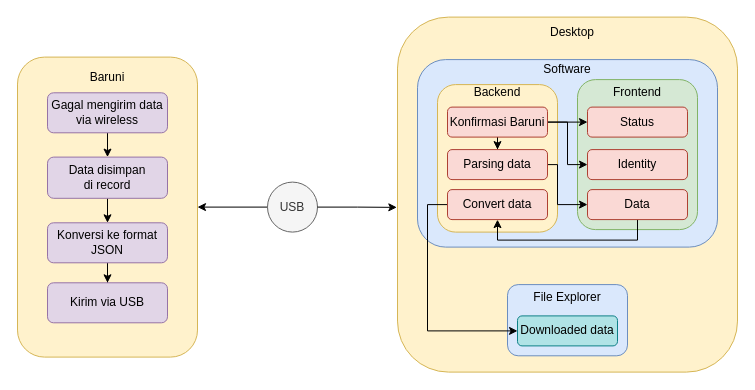
Earlier version of the draw.io diagram .flow/high level diagram.drawio (frostdev03/SerialTo). Source tidied: cells renumbered, new cells numbered last; positions are measured from the earlier drawing's top-left corner, leaving out a move shared by most shapes. Both pictures are drawn from the tidied source at 100%, with x=0, y=0 at pixel (17, 17).
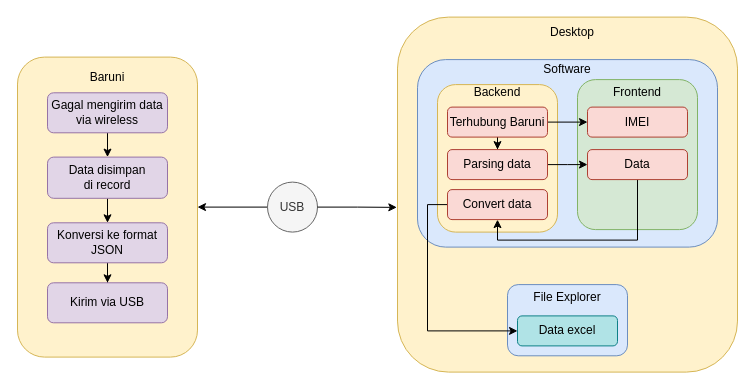
After the change.

Unchanged cells that the change refers to:
```xml
<mxCell id="15" value="Parsing data" style="rounded=1;whiteSpace=wrap;html=1;fillColor=#fad9d5;strokeColor=#ae4132;" parent="1" vertex="1">
  <mxGeometry x="430" y="132.1" width="100" height="30" as="geometry" />
</mxCell>
```

Change to the diagram source:
```diff
@@
-    <mxCell id="10" style="edgeStyle=orthogonalEdgeStyle;rounded=0;jettySize=auto;html=1;entryX=0;entryY=0.5;entryDx=0;entryDy=0;" parent="1" edge="1" source="13" target="21">
-      <mxGeometry relative="1" as="geometry" />
-    </mxCell>
@@
-    <mxCell id="13" value="Konfirmasi Baruni" style="rounded=1;whiteSpace=wrap;html=1;fillColor=#fad9d5;strokeColor=#ae4132;" parent="1" vertex="1">
+    <mxCell id="13" value="Terhubung Baruni" style="rounded=1;whiteSpace=wrap;html=1;fillColor=#fad9d5;strokeColor=#ae4132;" parent="1" vertex="1">
       <mxGeometry x="430" y="89.6" width="100" height="30" as="geometry" />
     </mxCell>
     <mxCell id="14" style="edgeStyle=orthogonalEdgeStyle;rounded=0;jettySize=auto;html=1;entryX=0;entryY=0.5;entryDx=0;entryDy=0;" parent="1" edge="1" source="15" target="19">
       <mxGeometry relative="1" as="geometry">
         <Array as="points">
-          <mxPoint x="540" y="147.6" />
-          <mxPoint x="540" y="187.6" />
+          <mxPoint x="550" y="147" />
+          <mxPoint x="550" y="147" />
         </Array>
       </mxGeometry>
     </mxCell>
@@
-    <mxCell id="17" value="Identity" style="rounded=1;whiteSpace=wrap;html=1;fillColor=#fad9d5;strokeColor=#ae4132;" parent="1" vertex="1">
-      <mxGeometry x="570" y="132.1" width="100" height="30" as="geometry" />
+    <mxCell id="17" value="IMEI" style="rounded=1;whiteSpace=wrap;html=1;fillColor=#fad9d5;strokeColor=#ae4132;" parent="1" vertex="1">
+      <mxGeometry x="570" y="89.6" width="100" height="30" as="geometry" />
     </mxCell>
@@
     <mxCell id="19" value="Data" style="rounded=1;whiteSpace=wrap;html=1;fillColor=#fad9d5;strokeColor=#ae4132;" parent="1" vertex="1">
-      <mxGeometry x="570" y="172.1" width="100" height="30" as="geometry" />
+      <mxGeometry x="570" y="132.1" width="100" height="30" as="geometry" />
     </mxCell>
@@
-    <mxCell id="21" value="Status" style="rounded=1;whiteSpace=wrap;html=1;fillColor=#fad9d5;strokeColor=#ae4132;" parent="1" vertex="1">
-      <mxGeometry x="570" y="89.6" width="100" height="30" as="geometry" />
-    </mxCell>
@@
-    <mxCell id="25" value="Downloaded data" style="rounded=1;whiteSpace=wrap;html=1;fillColor=#b0e3e6;strokeColor=#0e8088;" parent="1" vertex="1">
+    <mxCell id="25" value="Data excel" style="rounded=1;whiteSpace=wrap;html=1;fillColor=#b0e3e6;strokeColor=#0e8088;" parent="1" vertex="1">
       <mxGeometry x="500" y="298.4" width="100" height="30" as="geometry" />
     </mxCell>
```
